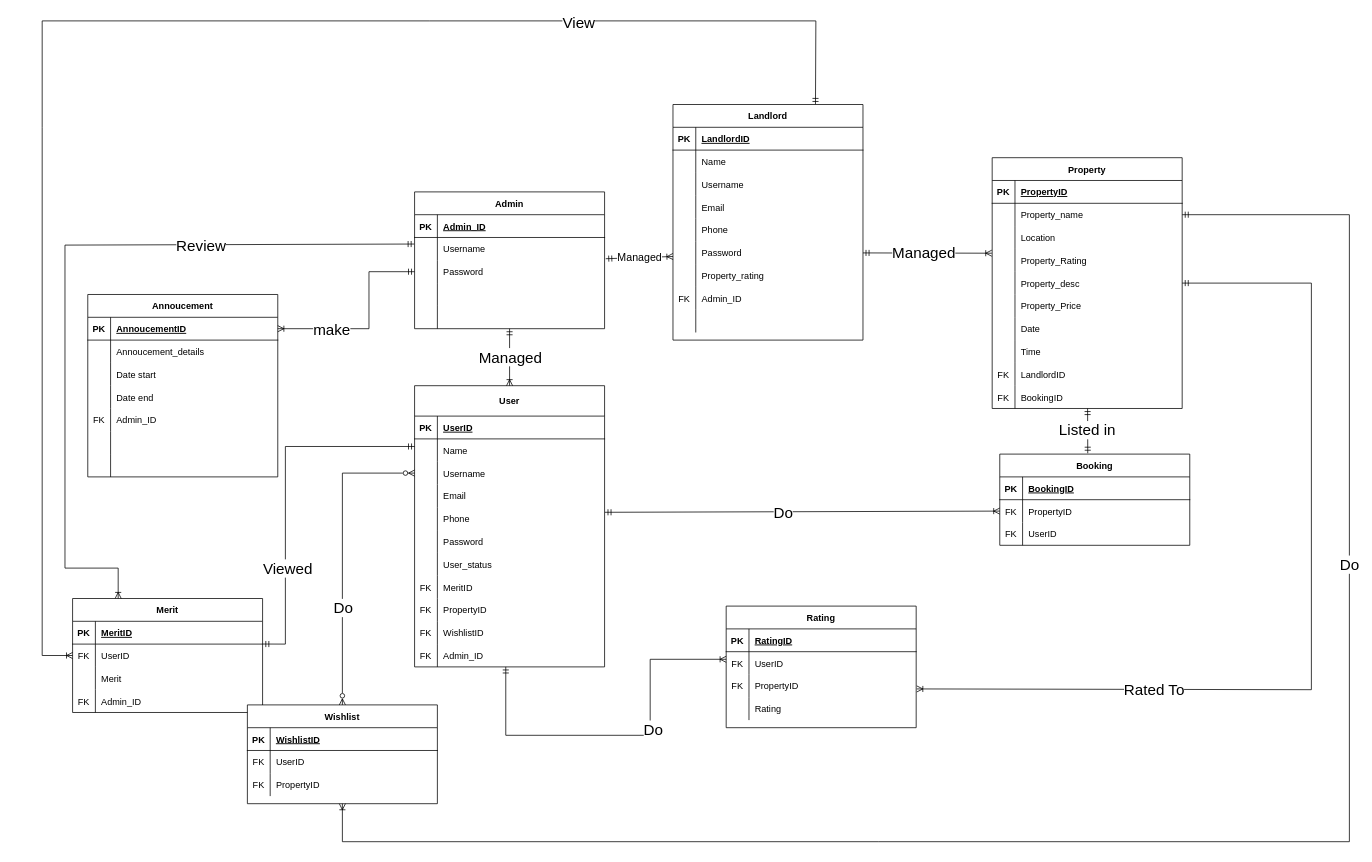
Earlier version of the draw.io diagram DFD FYP/ERD.drawio (SNOW15782/Fyp). Source tidied: cells renumbered, new cells numbered last; positions are measured from the earlier drawing's top-left corner, leaving out a move shared by most shapes. Both pictures are drawn from the tidied source at 76%, with x=0, y=0 at pixel (42, 21).
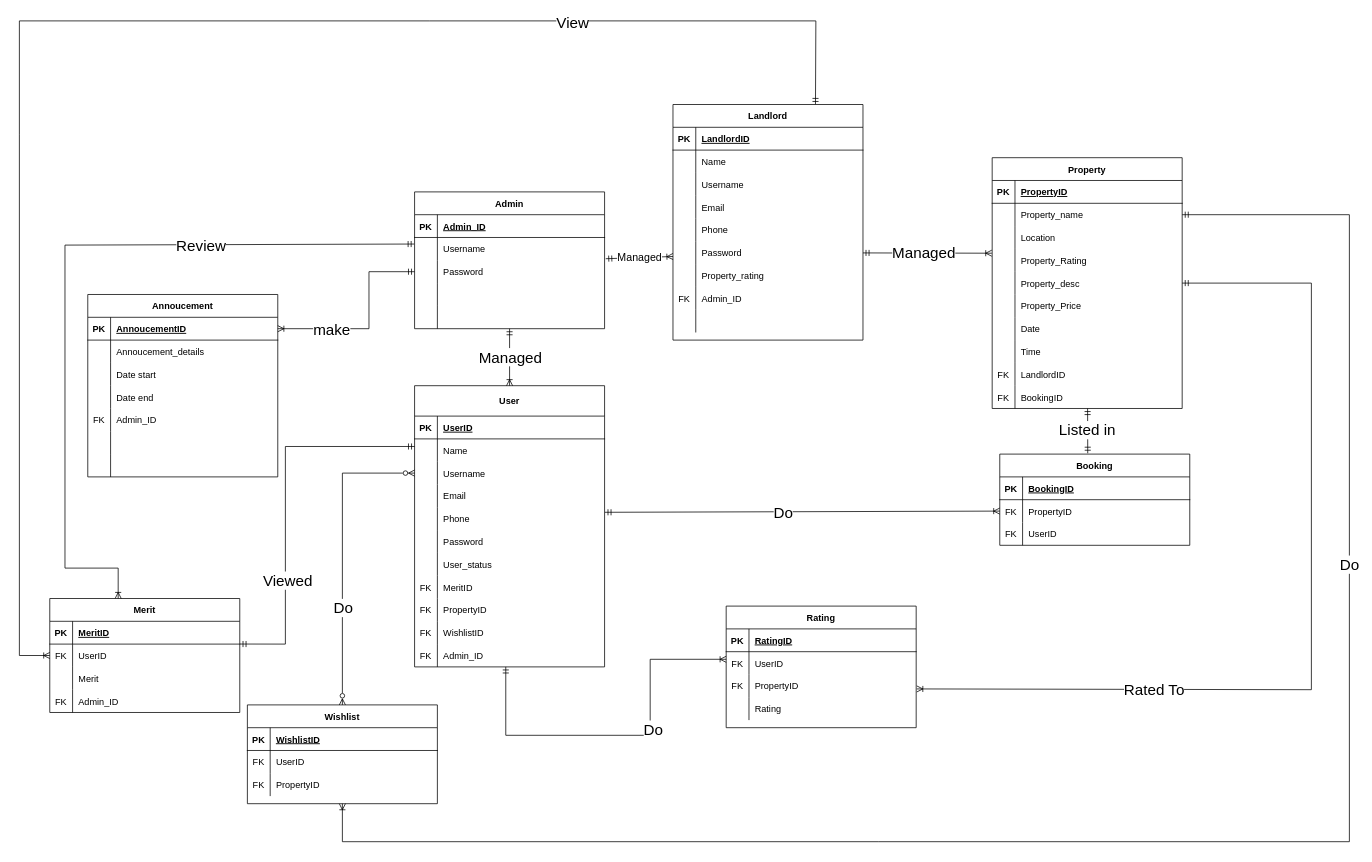
After the change.

The change refers to these unchanged cells:
```xml
<mxCell id="8" style="shape=partialRectangle;fillColor=none;points=[[0,0.5],[1,0.5]];portConstraint=eastwest;top=0;left=0;right=0;bottom=0;" parent="4" vertex="1">
  <mxGeometry y="60" width="250" height="30" as="geometry" />
</mxCell>
<mxCell id="95" style="shape=partialRectangle;fillColor=none;points=[[0,0.5],[1,0.5]];portConstraint=eastwest;top=0;left=0;right=0;bottom=0;" parent="91" vertex="1">
  <mxGeometry y="60" width="250" height="30" as="geometry" />
</mxCell>
<mxCell id="109" value="Landlord" style="shape=table;startSize=30;childLayout=tableLayout;rowLines=0;fontStyle=1;align=center;" parent="1" vertex="1">
  <mxGeometry x="830" y="110" width="250" height="310" as="geometry" />
</mxCell>
```

Change to the diagram source:
```diff
@@
     <mxCell id="4" value="Merit" style="shape=table;startSize=30;childLayout=tableLayout;rowLines=0;fontStyle=1;align=center;" parent="1" vertex="1">
-      <mxGeometry x="40" y="760" width="250" height="150" as="geometry" />
+      <mxGeometry x="10" y="760" width="250" height="150" as="geometry" />
     </mxCell>
@@
-    <mxCell id="89" style="edgeStyle=none;rounded=0;html=1;entryX=0.24;entryY=0;entryDx=0;entryDy=0;fontSize=20;startArrow=ERmandOne;startFill=0;endArrow=ERoneToMany;endFill=0;exitX=-0.002;exitY=0.287;exitDx=0;exitDy=0;entryPerimeter=0;jumpStyle=arc;jumpSize=20;exitPerimeter=0;" parent="1" edge="1" source="95" target="4">
+    <mxCell id="89" style="edgeStyle=none;rounded=0;html=1;entryX=0.36;entryY=0;entryDx=0;entryDy=0;fontSize=20;startArrow=ERmandOne;startFill=0;endArrow=ERoneToMany;endFill=0;exitX=-0.002;exitY=0.287;exitDx=0;exitDy=0;entryPerimeter=0;jumpStyle=arc;jumpSize=20;exitPerimeter=0;" parent="1" edge="1" source="95" target="4">
       <mxGeometry relative="1" as="geometry">
         <Array as="points">
           <mxPoint x="30" y="295" />
           <mxPoint x="30" y="720" />
           <mxPoint x="100" y="720" />
         </Array>
       </mxGeometry>
     </mxCell>
@@
     <mxCell id="107" style="edgeStyle=none;rounded=0;html=1;entryX=0;entryY=0.5;entryDx=0;entryDy=0;startArrow=ERmandOne;startFill=0;endArrow=ERoneToMany;endFill=0;exitX=0.75;exitY=0;exitDx=0;exitDy=0;" parent="1" edge="1" source="109" target="8">
       <mxGeometry relative="1" as="geometry">
         <Array as="points">
           <mxPoint x="1018" />
           <mxPoint x="510" />
-          <mxPoint />
-          <mxPoint y="140" />
-          <mxPoint y="835" />
+          <mxPoint x="-30" />
+          <mxPoint x="-30" y="150" />
+          <mxPoint x="-30" y="835" />
         </Array>
       </mxGeometry>
     </mxCell>
```
